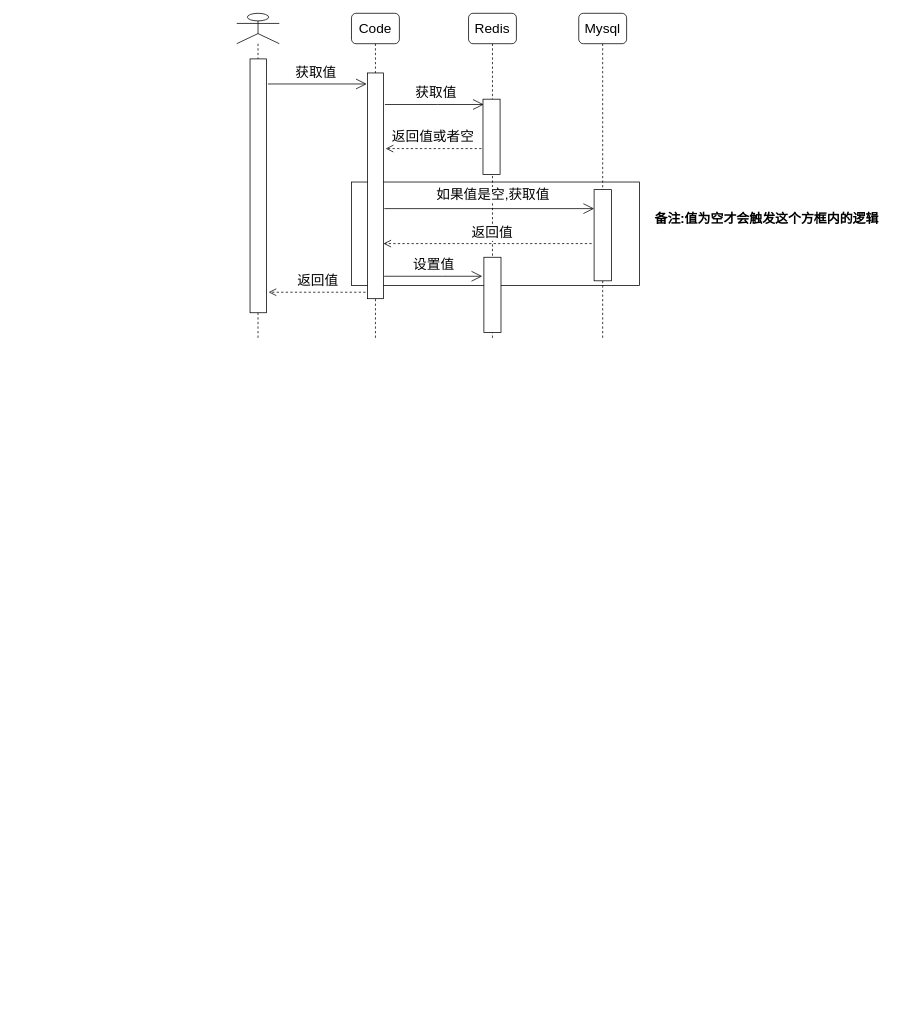
Before: 未命名绘图.drawio in CodeShowZz/PicGo, a draw.io diagram. Source tidied: cells renumbered, new cells numbered last; positions are measured from the earlier drawing's top-left corner, leaving out a move shared by most shapes. Both pictures are drawn from the tidied source at 76%, with x=0, y=0 at pixel (13, 13).
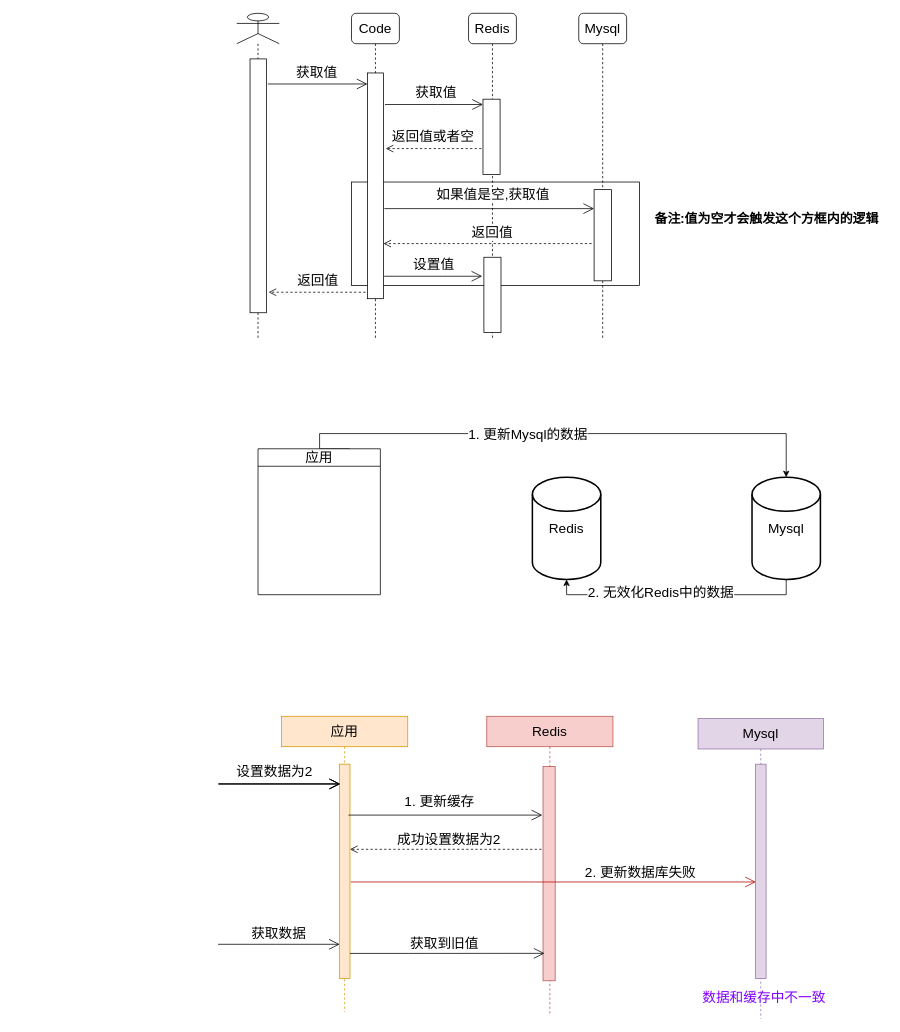
The same diagram, later.

Commit message:
更新未命名绘图.drawio

Unchanged cells that the change refers to:
```xml
<mxCell id="4" style="html=1;points=[];perimeter=orthogonalPerimeter;outlineConnect=0;targetShapes=umlLifeline;portConstraint=eastwest;newEdgeStyle={&quot;edgeStyle&quot;:&quot;elbowEdgeStyle&quot;,&quot;elbow&quot;:&quot;vertical&quot;,&quot;curved&quot;:0,&quot;rounded&quot;:0};rounded=0;" parent="3" vertex="1">
  <mxGeometry x="21" y="78.5" width="21" height="297" as="geometry" />
</mxCell>
<mxCell id="6" style="html=1;points=[];perimeter=orthogonalPerimeter;outlineConnect=0;targetShapes=umlLifeline;portConstraint=eastwest;newEdgeStyle={&quot;edgeStyle&quot;:&quot;elbowEdgeStyle&quot;,&quot;elbow&quot;:&quot;vertical&quot;,&quot;curved&quot;:0,&quot;rounded&quot;:0};rounded=0;" parent="5" vertex="1">
  <mxGeometry x="19" y="113" width="22.5" height="99" as="geometry" />
</mxCell>
<mxCell id="9" style="html=1;points=[];perimeter=orthogonalPerimeter;outlineConnect=0;targetShapes=umlLifeline;portConstraint=eastwest;newEdgeStyle={&quot;edgeStyle&quot;:&quot;elbowEdgeStyle&quot;,&quot;elbow&quot;:&quot;vertical&quot;,&quot;curved&quot;:0,&quot;rounded&quot;:0};rounded=0;" parent="8" vertex="1">
  <mxGeometry x="20.2" y="232" width="22.8" height="120" as="geometry" />
</mxCell>
```

Diff of the diagram source:
```diff
@@
-    <mxCell id="12" style="endArrow=open;endFill=1;endSize=12;html=1;rounded=0;startSize=12;" parent="1" edge="1">
+    <mxCell id="12" style="endArrow=open;endFill=1;endSize=12;html=1;rounded=0;startSize=12;" parent="1" edge="1" target="4">
       <mxGeometry relative="1" as="geometry">
         <mxPoint x="335" y="93" as="sourcePoint" />
-        <mxPoint x="465" y="93" as="targetPoint" />
       </mxGeometry>
     </mxCell>
@@
-    <mxCell id="15" style="endArrow=open;endFill=1;endSize=12;html=1;rounded=0;" parent="1" edge="1">
+    <mxCell id="15" style="endArrow=open;endFill=1;endSize=12;html=1;rounded=0;" parent="1" edge="1" target="6">
       <mxGeometry relative="1" as="geometry">
         <mxPoint x="489" y="120" as="sourcePoint" />
-        <mxPoint x="619" y="120" as="targetPoint" />
         <Array as="points">
           <mxPoint x="558" y="120" />
         </Array>
       </mxGeometry>
     </mxCell>
@@
-    <mxCell id="18" style="endArrow=open;endFill=1;endSize=12;html=1;rounded=0;" parent="1" edge="1">
+    <mxCell id="18" style="endArrow=open;endFill=1;endSize=12;html=1;rounded=0;" parent="1" edge="1" target="9">
       <mxGeometry relative="1" as="geometry">
         <mxPoint x="488.2" y="257" as="sourcePoint" />
-        <mxPoint x="764.2" y="257" as="targetPoint" />
       </mxGeometry>
     </mxCell>
@@
+    <mxCell id="27" style="edgeStyle=orthogonalEdgeStyle;rounded=0;jettySize=auto;html=1;exitX=0.75;exitY=0;exitDx=0;exitDy=0;entryX=0.5;entryY=0;entryDx=0;entryDy=0;entryPerimeter=0;" parent="1" edge="1" source="29" target="32">
+      <mxGeometry relative="1" as="geometry">
+        <Array as="points">
+          <mxPoint x="403" y="573" />
+          <mxPoint x="403" y="553" />
+          <mxPoint x="1017" y="553" />
+        </Array>
+      </mxGeometry>
+    </mxCell>
+    <mxCell id="28" value="1. 更新Mysql的数据" style="edgeLabel;html=1;align=center;verticalAlign=middle;fontSize=18;" parent="27" vertex="1">
+      <mxGeometry x="-0.09" relative="1" as="geometry" />
+    </mxCell>
+    <mxCell id="29" value="应用" style="swimlane;whiteSpace=wrap;html=1;fontSize=18;fontStyle=0;" parent="1" vertex="1">
+      <mxGeometry x="322" y="573" width="161" height="192" as="geometry" />
+    </mxCell>
+    <mxCell id="30" style="edgeStyle=orthogonalEdgeStyle;rounded=0;jettySize=auto;html=1;entryX=0.5;entryY=1;entryDx=0;entryDy=0;entryPerimeter=0;" parent="1" edge="1" source="32" target="33">
+      <mxGeometry relative="1" as="geometry">
+        <Array as="points">
+          <mxPoint x="1017" y="765" />
+          <mxPoint x="728" y="765" />
+        </Array>
+      </mxGeometry>
+    </mxCell>
+    <mxCell id="31" value="2. 无效化Redis中的数据" style="edgeLabel;html=1;align=center;verticalAlign=middle;fontSize=18;" parent="30" vertex="1">
+      <mxGeometry x="0.13" y="-3" relative="1" as="geometry" />
+    </mxCell>
+    <mxCell id="32" value="&lt;span style=&quot;font-size: 18px;&quot;&gt;Mysql&lt;/span&gt;" style="strokeWidth=2;html=1;shape=mxgraph.flowchart.database;whiteSpace=wrap;" parent="1" vertex="1">
+      <mxGeometry x="972" y="610.5" width="90" height="134.5" as="geometry" />
+    </mxCell>
+    <mxCell id="33" value="&lt;span style=&quot;font-size: 18px;&quot;&gt;Redis&lt;/span&gt;" style="strokeWidth=2;html=1;shape=mxgraph.flowchart.database;whiteSpace=wrap;" parent="1" vertex="1">
+      <mxGeometry x="683" y="610.5" width="90" height="134.5" as="geometry" />
+    </mxCell>
+    <mxCell id="34" value="&lt;font style=&quot;font-size: 18px;&quot;&gt;应用&lt;/font&gt;" style="shape=umlLifeline;perimeter=lifelinePerimeter;whiteSpace=wrap;html=1;newEdgeStyle={&quot;edgeStyle&quot;:&quot;elbowEdgeStyle&quot;,&quot;elbow&quot;:&quot;vertical&quot;,&quot;curved&quot;:0,&quot;rounded&quot;:0};fillColor=#ffe6cc;strokeColor=#d79b00;" parent="1" vertex="1">
+      <mxGeometry x="353" y="925" width="166" height="389" as="geometry" />
+    </mxCell>
+    <mxCell id="35" style="html=1;points=[];perimeter=orthogonalPerimeter;outlineConnect=0;targetShapes=umlLifeline;portConstraint=eastwest;newEdgeStyle={&quot;edgeStyle&quot;:&quot;elbowEdgeStyle&quot;,&quot;elbow&quot;:&quot;vertical&quot;,&quot;curved&quot;:0,&quot;rounded&quot;:0};fillColor=#ffe6cc;strokeColor=#d79b00;" parent="34" vertex="1">
+      <mxGeometry x="76" y="63" width="14" height="282" as="geometry" />
+    </mxCell>
+    <mxCell id="36" value="&lt;font style=&quot;font-size: 18px;&quot;&gt;Redis&lt;/font&gt;" style="shape=umlLifeline;perimeter=lifelinePerimeter;whiteSpace=wrap;html=1;newEdgeStyle={&quot;edgeStyle&quot;:&quot;elbowEdgeStyle&quot;,&quot;elbow&quot;:&quot;vertical&quot;,&quot;curved&quot;:0,&quot;rounded&quot;:0};fillColor=#f8cecc;strokeColor=#b85450;" parent="1" vertex="1">
+      <mxGeometry x="623" y="925" width="166" height="394" as="geometry" />
+    </mxCell>
+    <mxCell id="37" style="html=1;points=[];perimeter=orthogonalPerimeter;outlineConnect=0;targetShapes=umlLifeline;portConstraint=eastwest;newEdgeStyle={&quot;edgeStyle&quot;:&quot;elbowEdgeStyle&quot;,&quot;elbow&quot;:&quot;vertical&quot;,&quot;curved&quot;:0,&quot;rounded&quot;:0};fillColor=#f8cecc;strokeColor=#b85450;" parent="36" vertex="1">
+      <mxGeometry x="74" y="66" width="16" height="282" as="geometry" />
+    </mxCell>
+    <mxCell id="38" value="&lt;span style=&quot;font-size: 18px;&quot;&gt;Mysql&lt;/span&gt;" style="shape=umlLifeline;perimeter=lifelinePerimeter;whiteSpace=wrap;html=1;newEdgeStyle={&quot;edgeStyle&quot;:&quot;elbowEdgeStyle&quot;,&quot;elbow&quot;:&quot;vertical&quot;,&quot;curved&quot;:0,&quot;rounded&quot;:0};fillColor=#e1d5e7;strokeColor=#9673a6;" parent="1" vertex="1">
+      <mxGeometry x="901" y="928" width="165" height="395" as="geometry" />
+    </mxCell>
+    <mxCell id="39" style="html=1;perimeter=orthogonalPerimeter;targetShapes=umlLifeline;newEdgeStyle={&quot;edgeStyle&quot;:&quot;elbowEdgeStyle&quot;,&quot;elbow&quot;:&quot;vertical&quot;,&quot;curved&quot;:0,&quot;rounded&quot;:0};fillColor=#e1d5e7;strokeColor=#9673a6;" parent="38" vertex="1">
+      <mxGeometry x="75.5" y="60" width="14" height="282" as="geometry" />
+    </mxCell>
+    <mxCell id="40" style="endArrow=open;endFill=1;endSize=12;html=1;rounded=0;" parent="1" edge="1">
+      <mxGeometry relative="1" as="geometry">
+        <mxPoint x="270" y="1014" as="sourcePoint" />
+        <mxPoint x="430" y="1014" as="targetPoint" />
+      </mxGeometry>
+    </mxCell>
+    <mxCell id="41" value="设置数据为2" style="text;html=1;strokeColor=none;fillColor=none;align=center;verticalAlign=middle;whiteSpace=wrap;rounded=0;fontSize=18;" parent="1" vertex="1">
+      <mxGeometry x="284" y="986" width="120" height="23" as="geometry" />
+    </mxCell>
+    <mxCell id="42" style="endArrow=open;endFill=1;endSize=12;html=1;rounded=0;" parent="1" edge="1">
+      <mxGeometry relative="1" as="geometry">
+        <mxPoint x="441" y="1055" as="sourcePoint" />
+        <mxPoint x="696" y="1055" as="targetPoint" />
+      </mxGeometry>
+    </mxCell>
+    <mxCell id="43" value="1. 更新缓存" style="text;html=1;strokeColor=none;fillColor=none;align=center;verticalAlign=middle;whiteSpace=wrap;rounded=0;fontSize=18;" parent="1" vertex="1">
+      <mxGeometry x="504" y="1027" width="114" height="20" as="geometry" />
+    </mxCell>
+    <mxCell id="44" style="html=1;verticalAlign=bottom;endArrow=open;dashed=1;endSize=8;edgeStyle=elbowEdgeStyle;elbow=vertical;curved=0;rounded=0;" parent="1" edge="1" target="35">
+      <mxGeometry relative="1" as="geometry">
+        <mxPoint x="695" y="1100" as="sourcePoint" />
+        <Array as="points">
+          <mxPoint x="566" y="1100" />
+          <mxPoint x="585" y="1117" />
+          <mxPoint x="532" y="1136" />
+        </Array>
+      </mxGeometry>
+    </mxCell>
+    <mxCell id="45" value="成功设置数据为2" style="text;html=1;strokeColor=none;fillColor=none;align=center;verticalAlign=middle;whiteSpace=wrap;rounded=0;fontSize=18;" parent="1" vertex="1">
+      <mxGeometry x="500" y="1081" width="147" height="13" as="geometry" />
+    </mxCell>
+    <mxCell id="46" style="endArrow=open;endFill=1;endSize=12;html=1;rounded=0;fillColor=#e51400;strokeColor=#B20000;" parent="1" edge="1">
+      <mxGeometry relative="1" as="geometry">
+        <mxPoint x="444" y="1143" as="sourcePoint" />
+        <mxPoint x="977" y="1143" as="targetPoint" />
+      </mxGeometry>
+    </mxCell>
+    <mxCell id="47" value="2. 更新数据库失败" style="text;html=1;align=center;verticalAlign=middle;strokeColor=none;fillColor=none;fontSize=18;" parent="1" vertex="1">
+      <mxGeometry x="743" y="1114" width="164" height="34" as="geometry" />
+    </mxCell>
+    <mxCell id="48" value="获取数据" style="text;html=1;strokeColor=none;fillColor=none;align=center;verticalAlign=middle;whiteSpace=wrap;rounded=0;fontSize=18;" parent="1" vertex="1">
+      <mxGeometry x="303" y="1199" width="93" height="23" as="geometry" />
+    </mxCell>
+    <mxCell id="49" style="endArrow=open;endFill=1;endSize=12;html=1;rounded=0;" parent="1" edge="1">
+      <mxGeometry relative="1" as="geometry">
+        <mxPoint x="270" y="1014" as="sourcePoint" />
+        <mxPoint x="430" y="1014" as="targetPoint" />
+        <Array as="points">
+          <mxPoint x="351" y="1014" />
+        </Array>
+      </mxGeometry>
+    </mxCell>
+    <mxCell id="50" style="endArrow=open;endFill=1;endSize=12;html=1;rounded=0;" parent="1" edge="1">
+      <mxGeometry relative="1" as="geometry">
+        <mxPoint x="270" y="1014" as="sourcePoint" />
+        <mxPoint x="430" y="1014" as="targetPoint" />
+      </mxGeometry>
+    </mxCell>
+    <mxCell id="51" style="endArrow=open;endFill=1;endSize=12;html=1;rounded=0;" parent="1" edge="1">
+      <mxGeometry relative="1" as="geometry">
+        <mxPoint x="269.5" y="1225" as="sourcePoint" />
+        <mxPoint x="429.5" y="1225" as="targetPoint" />
+        <Array as="points">
+          <mxPoint x="346.5" y="1225" />
+        </Array>
+      </mxGeometry>
+    </mxCell>
+    <mxCell id="52" style="endArrow=open;endFill=1;endSize=12;html=1;rounded=0;entryX=0.125;entryY=0.872;entryDx=0;entryDy=0;entryPerimeter=0;" parent="1" edge="1" target="37">
+      <mxGeometry relative="1" as="geometry">
+        <mxPoint x="443" y="1237" as="sourcePoint" />
+        <Array as="points">
+          <mxPoint x="520" y="1237" />
+        </Array>
+      </mxGeometry>
+    </mxCell>
+    <mxCell id="53" value="获取到旧值" style="text;html=1;strokeColor=none;fillColor=none;align=center;verticalAlign=middle;whiteSpace=wrap;rounded=0;fontSize=18;" parent="1" vertex="1">
+      <mxGeometry x="494" y="1217" width="147" height="13" as="geometry" />
+    </mxCell>
+    <mxCell id="54" value="数据和缓存中不一致" style="text;html=1;strokeColor=none;fillColor=none;align=center;verticalAlign=middle;whiteSpace=wrap;rounded=0;fontSize=18;fontColor=#7F00FF;" parent="1" vertex="1">
+      <mxGeometry x="901" y="1286" width="174" height="20" as="geometry" />
+    </mxCell>
```
